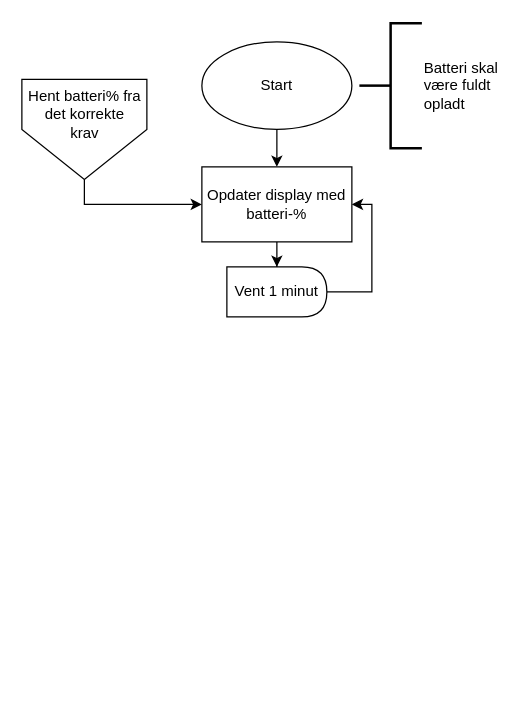
Before: SW FlowCharts/ID1 V1 Batteri Procent på Display.drawio in KEA-E24-B9-IOT1/E24-B9-IoT1, a draw.io diagram. Source tidied: cells renumbered, new cells numbered last; positions are measured from the earlier drawing's top-left corner, leaving out a move shared by most shapes. Both pictures are drawn from the tidied source at 125%, with x=0, y=0 at pixel (21, 22).
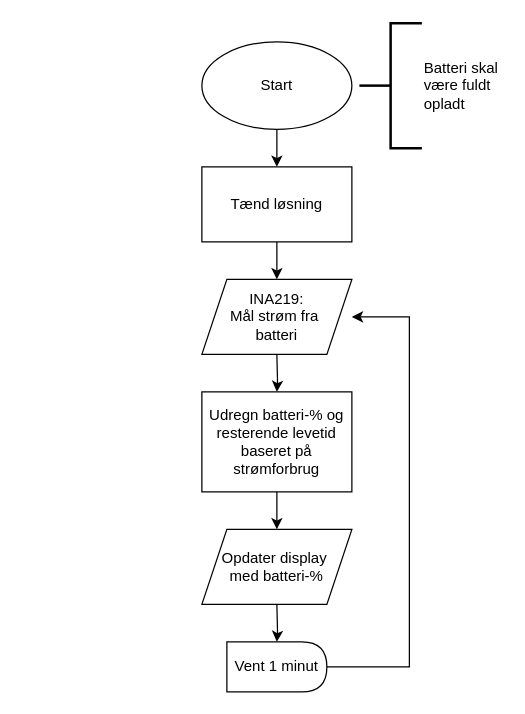
The same page after the edit.

What changed in the source:
```diff
@@
 <mxGraphModel>
   <root>
     <mxCell id="0" />
     <mxCell id="1" parent="0" />
-    <mxCell id="2" style="edgeStyle=orthogonalEdgeStyle;rounded=0;jettySize=auto;html=1;entryX=0.5;entryY=0;entryDx=0;entryDy=0;" parent="1" edge="1" source="3" target="6">
-      <mxGeometry relative="1" as="geometry">
-        <Array as="points">
-          <mxPoint x="204" y="105" />
-          <mxPoint x="204" y="105" />
-        </Array>
-      </mxGeometry>
-    </mxCell>
+    <mxCell id="11" style="edgeStyle=orthogonalEdgeStyle;rounded=0;jettySize=auto;html=1;exitX=0.5;exitY=1;exitDx=0;exitDy=0;entryX=0.5;entryY=0;entryDx=0;entryDy=0;" parent="1" edge="1" source="3" target="14">
+      <mxGeometry relative="1" as="geometry" />
+    </mxCell>
     <mxCell id="3" value="Start" style="ellipse;whiteSpace=wrap;html=1;" parent="1" vertex="1">
       <mxGeometry x="144" y="15" width="120" height="70" as="geometry" />
     </mxCell>
     <mxCell id="4" value="&lt;div&gt;Batteri skal&amp;nbsp;&lt;/div&gt;&lt;div&gt;være fuldt&amp;nbsp;&lt;/div&gt;&lt;div&gt;opladt&lt;/div&gt;" style="strokeWidth=2;html=1;shape=mxgraph.flowchart.annotation_2;align=left;labelPosition=right;" parent="1" vertex="1">
       <mxGeometry x="270" width="50" height="100" as="geometry" />
     </mxCell>
-    <mxCell id="5" style="edgeStyle=orthogonalEdgeStyle;rounded=0;jettySize=auto;html=1;" parent="1" edge="1" source="6" target="8">
-      <mxGeometry relative="1" as="geometry" />
+    <mxCell id="5" style="edgeStyle=orthogonalEdgeStyle;rounded=0;jettySize=auto;html=1;" parent="1" edge="1" target="8">
+      <mxGeometry relative="1" as="geometry">
+        <mxPoint x="204" y="465" as="sourcePoint" />
+      </mxGeometry>
     </mxCell>
+    <mxCell id="12" style="edgeStyle=orthogonalEdgeStyle;rounded=0;jettySize=auto;html=1;exitX=1;exitY=0.5;exitDx=0;exitDy=0;entryX=1;entryY=0.5;entryDx=0;entryDy=0;" parent="1" edge="1" source="8">
+      <mxGeometry relative="1" as="geometry">
+        <mxPoint x="264" y="235" as="targetPoint" />
+        <Array as="points">
+          <mxPoint x="310" y="515" />
+          <mxPoint x="310" y="235" />
+        </Array>
+      </mxGeometry>
+    </mxCell>
+    <mxCell id="8" value="Vent 1 minut" style="shape=delay;whiteSpace=wrap;html=1;" parent="1" vertex="1">
+      <mxGeometry x="164" y="495" width="80" height="40" as="geometry" />
+    </mxCell>
+    <mxCell id="13" style="edgeStyle=orthogonalEdgeStyle;rounded=0;jettySize=auto;html=1;" parent="1" edge="1" source="14">
+      <mxGeometry relative="1" as="geometry">
+        <mxPoint x="204" y="205" as="targetPoint" />
+      </mxGeometry>
+    </mxCell>
+    <mxCell id="14" value="Tænd løsning" style="rounded=0;whiteSpace=wrap;html=1;" parent="1" vertex="1">
+      <mxGeometry x="144" y="115" width="120" height="60" as="geometry" />
+    </mxCell>
+    <mxCell id="15" style="edgeStyle=orthogonalEdgeStyle;rounded=0;jettySize=auto;html=1;" parent="1" edge="1" target="17">
+      <mxGeometry relative="1" as="geometry">
+        <mxPoint x="204" y="265" as="sourcePoint" />
+      </mxGeometry>
+    </mxCell>
+    <mxCell id="16" style="edgeStyle=orthogonalEdgeStyle;rounded=0;jettySize=auto;html=1;" parent="1" edge="1" source="17">
+      <mxGeometry relative="1" as="geometry">
+        <mxPoint x="204" y="405" as="targetPoint" />
+      </mxGeometry>
+    </mxCell>
+    <mxCell id="17" value="Udregn batteri-% og resterende levetid baseret på strømforbrug" style="rounded=0;whiteSpace=wrap;html=1;" parent="1" vertex="1">
+      <mxGeometry x="144" y="295" width="120" height="80" as="geometry" />
+    </mxCell>
+    <mxCell id="18" value="INA219:&lt;br&gt;&lt;div&gt;Mål strøm fra&amp;nbsp;&lt;/div&gt;&lt;div&gt;batteri&lt;/div&gt;" style="shape=parallelogram;perimeter=parallelogramPerimeter;whiteSpace=wrap;html=1;fixedSize=1;" parent="1" vertex="1">
+      <mxGeometry x="144" y="205" width="120" height="60" as="geometry" />
+    </mxCell>
-    <mxCell id="6" value="&lt;div&gt;Opdater display med batteri-%&lt;/div&gt;" style="rounded=0;whiteSpace=wrap;html=1;" parent="1" vertex="1">
-      <mxGeometry x="144" y="115" width="120" height="60" as="geometry" />
+    <mxCell id="6" value="&lt;div&gt;Opdater display&amp;nbsp;&lt;/div&gt;&lt;div&gt;med batteri-%&lt;/div&gt;" style="shape=parallelogram;perimeter=parallelogramPerimeter;whiteSpace=wrap;html=1;fixedSize=1;" parent="1" vertex="1">
+      <mxGeometry x="144" y="405" width="120" height="60" as="geometry" />
     </mxCell>
-    <mxCell id="7" style="edgeStyle=orthogonalEdgeStyle;rounded=0;jettySize=auto;html=1;exitX=1;exitY=0.5;exitDx=0;exitDy=0;entryX=1;entryY=0.5;entryDx=0;entryDy=0;" parent="1" edge="1" source="8" target="6">
-      <mxGeometry relative="1" as="geometry">
-        <Array as="points">
-          <mxPoint x="280" y="215" />
-          <mxPoint x="280" y="145" />
-        </Array>
-      </mxGeometry>
-    </mxCell>
-    <mxCell id="8" value="Vent 1 minut" style="shape=delay;whiteSpace=wrap;html=1;" parent="1" vertex="1">
-      <mxGeometry x="164" y="195" width="80" height="40" as="geometry" />
-    </mxCell>
-    <mxCell id="9" style="edgeStyle=orthogonalEdgeStyle;rounded=0;jettySize=auto;html=1;exitX=0.5;exitY=1;exitDx=0;exitDy=0;entryX=0;entryY=0.5;entryDx=0;entryDy=0;" parent="1" edge="1" source="10" target="6">
-      <mxGeometry relative="1" as="geometry" />
-    </mxCell>
-    <mxCell id="10" value="Hent batteri% fra&#10;det korrekte&#10;krav&#10;" style="verticalLabelPosition=middle;verticalAlign=top;html=1;shape=offPageConnector;rounded=0;size=0.5;spacingBottom=22;labelPosition=center;align=center;" parent="1" vertex="1">
-      <mxGeometry y="45" width="100" height="80" as="geometry" />
-    </mxCell>
   </root>
 </mxGraphModel>
```
